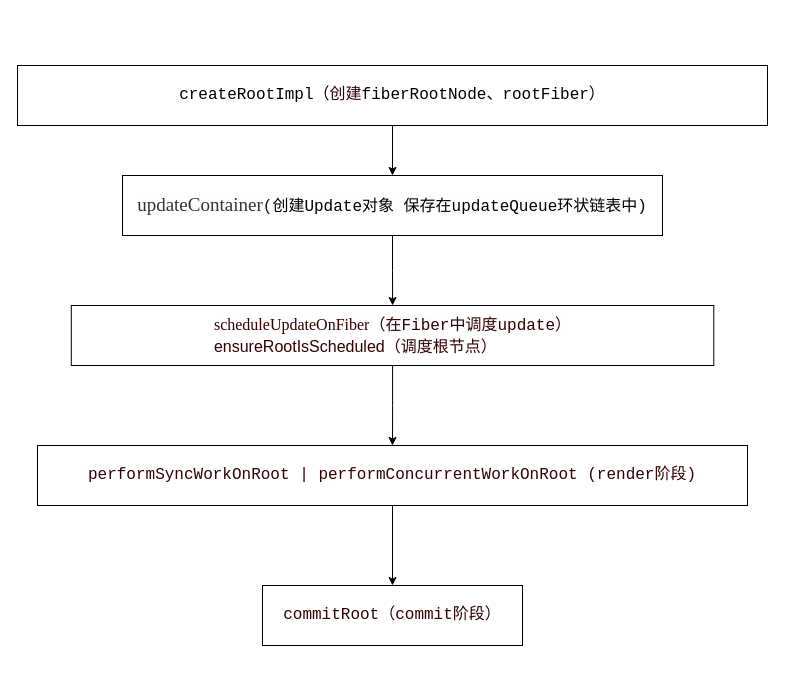
Above: page "Page-2" (2 of 23) of 第五章_0.drawio in xiaochen1024/react_code (draw.io), before the change. Source tidied: cells renumbered, new cells numbered last; positions are measured from the earlier drawing's top-left corner, leaving out a move shared by most shapes. Both pictures are drawn from the tidied source at 100%, with x=0, y=0 at pixel (17, 65).
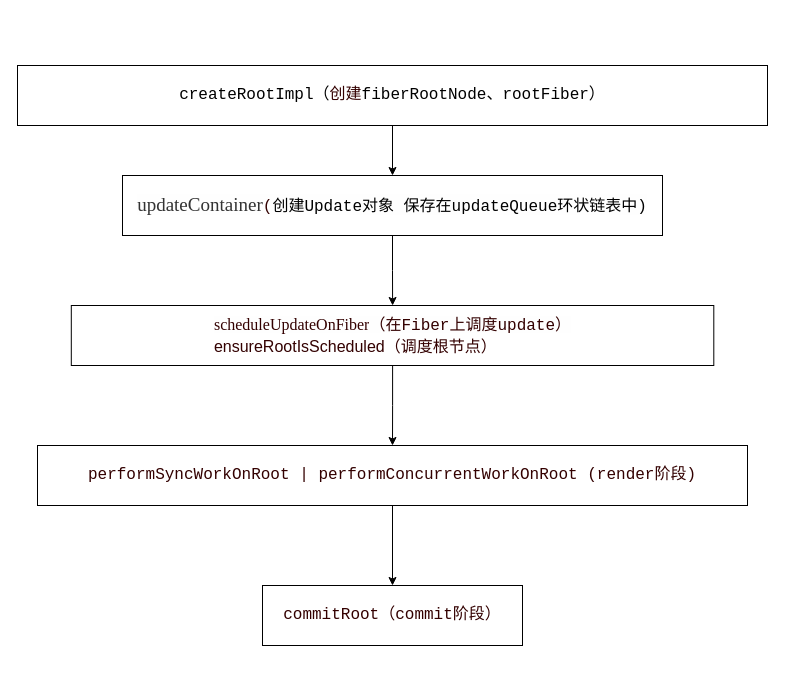
After the change.

What changed in the source:
```diff
@@
 <mxGraphModel>
   <root>
     <mxCell id="0" />
     <mxCell id="1" parent="0" />
     <mxCell id="2" style="edgeStyle=orthogonalEdgeStyle;rounded=0;jettySize=auto;html=1;" parent="1" edge="1" source="3" target="5">
       <mxGeometry relative="1" as="geometry" />
     </mxCell>
     <mxCell id="3" value="&lt;pre class=&quot;language-sh&quot; style=&quot;background: transparent ; font-family: &amp;#34;consolas&amp;#34; , &amp;#34;monaco&amp;#34; , &amp;#34;andale mono&amp;#34; , &amp;#34;ubuntu mono&amp;#34; , monospace ; font-size: 16px ; text-align: left ; word-spacing: 0px ; word-break: normal ; overflow-wrap: normal ; line-height: 1.4 ; padding: 1.25rem 1.5rem ; margin: 0.85rem 0px ; overflow: auto ; border-radius: 6px ; position: relative ; z-index: 1 ; font-style: normal ; font-weight: 400 ; letter-spacing: normal ; text-indent: 0px ; text-transform: none&quot;&gt;&lt;pre class=&quot;language-sh&quot; style=&quot;background: transparent ; font-family: &amp;#34;consolas&amp;#34; , &amp;#34;monaco&amp;#34; , &amp;#34;andale mono&amp;#34; , &amp;#34;ubuntu mono&amp;#34; , monospace ; word-break: normal ; overflow-wrap: normal ; line-height: 1.4 ; padding: 1.25rem 1.5rem ; margin-top: 0.85rem ; margin-bottom: 0.85rem ; overflow: auto ; border-radius: 6px ; position: relative ; z-index: 1&quot;&gt;&lt;code style=&quot;padding: 0px ; margin: 0px ; background-color: transparent ; border-radius: 0px&quot;&gt;createRootImpl（&lt;font color=&quot;#330000&quot; style=&quot;font-size: 16px&quot;&gt;创建&lt;/font&gt;&lt;/code&gt;fiberRootNode、rootFiber）&lt;/pre&gt;&lt;/pre&gt;" style="rounded=0;whiteSpace=wrap;html=1;fillColor=#FFFFFF;" parent="1" vertex="1">
       <mxGeometry width="750" height="60" as="geometry" />
     </mxCell>
     <mxCell id="4" style="edgeStyle=orthogonalEdgeStyle;rounded=0;jettySize=auto;html=1;" parent="1" edge="1" source="5" target="7">
       <mxGeometry relative="1" as="geometry" />
     </mxCell>
     <mxCell id="5" value="&lt;span style=&quot;color: rgb(51 , 51 , 51) ; font-family: &amp;#34;vollkorn&amp;#34; , &amp;#34;palatino&amp;#34; , &amp;#34;times&amp;#34; ; font-size: 19px ; text-align: justify ; background-color: rgb(254 , 254 , 254)&quot;&gt;updateContainer&lt;code style=&quot;background-color: transparent ; text-align: left ; color: rgb(0 , 0 , 0) ; padding: 0px ; margin: 0px ; font-size: 0.85em ; border-radius: 0px&quot;&gt;&lt;font color=&quot;#330000&quot;&gt;(&lt;/font&gt;&lt;/code&gt;&lt;span style=&quot;background-color: transparent ; font-family: &amp;#34;consolas&amp;#34; , &amp;#34;monaco&amp;#34; , &amp;#34;andale mono&amp;#34; , &amp;#34;ubuntu mono&amp;#34; , monospace ; font-size: 16px ; text-align: left ; color: rgb(0 , 0 , 0)&quot;&gt;创建Update对象 保存在updateQueue环状链表中)&lt;/span&gt;&lt;br&gt;&lt;/span&gt;" style="whiteSpace=wrap;html=1;rounded=0;fillColor=#FFFFFF;" parent="1" vertex="1">
       <mxGeometry x="105" y="110" width="540" height="60" as="geometry" />
     </mxCell>
     <mxCell id="6" style="edgeStyle=orthogonalEdgeStyle;rounded=0;jettySize=auto;html=1;" parent="1" edge="1" source="7" target="9">
       <mxGeometry relative="1" as="geometry" />
     </mxCell>
-    <mxCell id="7" value="&lt;div style=&quot;text-align: left ; font-size: 16px&quot;&gt;&lt;font color=&quot;#330000&quot; style=&quot;font-size: 16px&quot;&gt;&lt;span style=&quot;font-family: &amp;#34;vollkorn&amp;#34; , &amp;#34;palatino&amp;#34; , &amp;#34;times&amp;#34; ; text-align: justify ; background-color: rgb(254 , 254 , 254)&quot;&gt;sc&lt;/span&gt;&lt;span style=&quot;font-family: &amp;#34;vollkorn&amp;#34; , &amp;#34;palatino&amp;#34; , &amp;#34;times&amp;#34; ; text-align: justify ; background-color: rgb(254 , 254 , 254)&quot;&gt;h&lt;/span&gt;&lt;span style=&quot;font-family: &amp;#34;vollkorn&amp;#34; , &amp;#34;palatino&amp;#34; , &amp;#34;times&amp;#34; ; text-align: justify ; background-color: rgb(254 , 254 , 254)&quot;&gt;e&lt;/span&gt;&lt;span style=&quot;font-family: &amp;#34;vollkorn&amp;#34; , &amp;#34;palatino&amp;#34; , &amp;#34;times&amp;#34; ; text-align: justify ; background-color: rgb(254 , 254 , 254)&quot;&gt;du&lt;/span&gt;&lt;span style=&quot;font-family: &amp;#34;vollkorn&amp;#34; , &amp;#34;palatino&amp;#34; , &amp;#34;times&amp;#34; ; text-align: justify ; background-color: rgb(254 , 254 , 254)&quot;&gt;leUpdateOnFiber&lt;/span&gt;&lt;span style=&quot;text-align: justify ; background-color: rgb(254 , 254 , 254)&quot;&gt;&lt;font face=&quot;monospace&quot; style=&quot;font-size: 16px&quot;&gt;（在Fiber中调度update）&lt;/font&gt;&lt;/span&gt;&lt;/font&gt;&lt;/div&gt;&lt;div style=&quot;text-align: left ; font-size: 16px&quot;&gt;&lt;span style=&quot;background-color: transparent&quot;&gt;&lt;font color=&quot;#330000&quot; style=&quot;font-size: 16px&quot;&gt;ensureRootIsScheduled（调度根节点）&lt;/font&gt;&lt;/span&gt;&lt;/div&gt;" style="whiteSpace=wrap;html=1;rounded=0;fillColor=#FFFFFF;" parent="1" vertex="1">
+    <mxCell id="7" value="&lt;div style=&quot;text-align: left ; font-size: 16px&quot;&gt;&lt;font color=&quot;#330000&quot; style=&quot;font-size: 16px&quot;&gt;&lt;span style=&quot;font-family: &amp;#34;vollkorn&amp;#34; , &amp;#34;palatino&amp;#34; , &amp;#34;times&amp;#34; ; text-align: justify ; background-color: rgb(254 , 254 , 254)&quot;&gt;sc&lt;/span&gt;&lt;span style=&quot;font-family: &amp;#34;vollkorn&amp;#34; , &amp;#34;palatino&amp;#34; , &amp;#34;times&amp;#34; ; text-align: justify ; background-color: rgb(254 , 254 , 254)&quot;&gt;h&lt;/span&gt;&lt;span style=&quot;font-family: &amp;#34;vollkorn&amp;#34; , &amp;#34;palatino&amp;#34; , &amp;#34;times&amp;#34; ; text-align: justify ; background-color: rgb(254 , 254 , 254)&quot;&gt;e&lt;/span&gt;&lt;span style=&quot;font-family: &amp;#34;vollkorn&amp;#34; , &amp;#34;palatino&amp;#34; , &amp;#34;times&amp;#34; ; text-align: justify ; background-color: rgb(254 , 254 , 254)&quot;&gt;du&lt;/span&gt;&lt;span style=&quot;font-family: &amp;#34;vollkorn&amp;#34; , &amp;#34;palatino&amp;#34; , &amp;#34;times&amp;#34; ; text-align: justify ; background-color: rgb(254 , 254 , 254)&quot;&gt;leUpdateOnFiber&lt;/span&gt;&lt;span style=&quot;text-align: justify ; background-color: rgb(254 , 254 , 254)&quot;&gt;&lt;font face=&quot;monospace&quot; style=&quot;font-size: 16px&quot;&gt;（在Fiber上调度update）&lt;/font&gt;&lt;/span&gt;&lt;/font&gt;&lt;/div&gt;&lt;div style=&quot;text-align: left ; font-size: 16px&quot;&gt;&lt;span style=&quot;background-color: transparent&quot;&gt;&lt;font color=&quot;#330000&quot; style=&quot;font-size: 16px&quot;&gt;ensureRootIsScheduled（调度根节点）&lt;/font&gt;&lt;/span&gt;&lt;/div&gt;" style="whiteSpace=wrap;html=1;rounded=0;fillColor=#FFFFFF;" parent="1" vertex="1">
       <mxGeometry x="53.8" y="240" width="642.5" height="60" as="geometry" />
     </mxCell>
     <mxCell id="8" style="edgeStyle=orthogonalEdgeStyle;rounded=0;jettySize=auto;html=1;" parent="1" edge="1" source="9" target="10">
       <mxGeometry relative="1" as="geometry" />
     </mxCell>
     <mxCell id="9" value="&lt;pre class=&quot;language-sh&quot; style=&quot;background: transparent ; font-family: &amp;#34;consolas&amp;#34; , &amp;#34;monaco&amp;#34; , &amp;#34;andale mono&amp;#34; , &amp;#34;ubuntu mono&amp;#34; , monospace ; font-size: 16px ; text-align: left ; word-break: normal ; overflow-wrap: normal ; line-height: 1.4 ; padding: 1.25rem 1.5rem ; margin-top: 0.85rem ; margin-bottom: 0.85rem ; overflow: auto ; border-radius: 6px ; position: relative ; z-index: 1&quot;&gt;&lt;font color=&quot;#330000&quot;&gt;&lt;code style=&quot;padding: 0px ; margin: 0px ; background-color: transparent ; border-radius: 0px&quot;&gt;&lt;font style=&quot;font-size: 16px&quot;&gt;&lt;span class=&quot;token variable&quot;&gt;performSyncWorkOnRoot | &lt;/span&gt;&lt;span class=&quot;token variable&quot;&gt;performConcurrentWorkOnRoot (&lt;/span&gt;&lt;/font&gt;&lt;/code&gt;render阶段)&lt;/font&gt;&lt;/pre&gt;" style="whiteSpace=wrap;html=1;rounded=0;fillColor=#FFFFFF;" parent="1" vertex="1">
       <mxGeometry x="20" y="380" width="710" height="60" as="geometry" />
     </mxCell>
     <mxCell id="10" value="&lt;pre class=&quot;language-sh&quot; style=&quot;background: transparent ; font-family: &amp;#34;consolas&amp;#34; , &amp;#34;monaco&amp;#34; , &amp;#34;andale mono&amp;#34; , &amp;#34;ubuntu mono&amp;#34; , monospace ; font-size: 16px ; text-align: left ; word-break: normal ; overflow-wrap: normal ; line-height: 1.4 ; padding: 1.25rem 1.5rem ; margin-top: 0.85rem ; margin-bottom: 0.85rem ; overflow: auto ; border-radius: 6px ; position: relative ; z-index: 1&quot;&gt;&lt;font color=&quot;#330000&quot;&gt;&lt;code style=&quot;padding: 0px ; margin: 0px ; background-color: transparent ; border-radius: 0px&quot;&gt;&lt;span class=&quot;token variable&quot;&gt;&lt;font style=&quot;font-size: 16px&quot;&gt;commitRoot（&lt;/font&gt;&lt;/span&gt;&lt;/code&gt;commit阶段）&lt;/font&gt;&lt;/pre&gt;" style="whiteSpace=wrap;html=1;rounded=0;fillColor=#FFFFFF;" parent="1" vertex="1">
       <mxGeometry x="245" y="520" width="260" height="60" as="geometry" />
     </mxCell>
   </root>
 </mxGraphModel>
```
